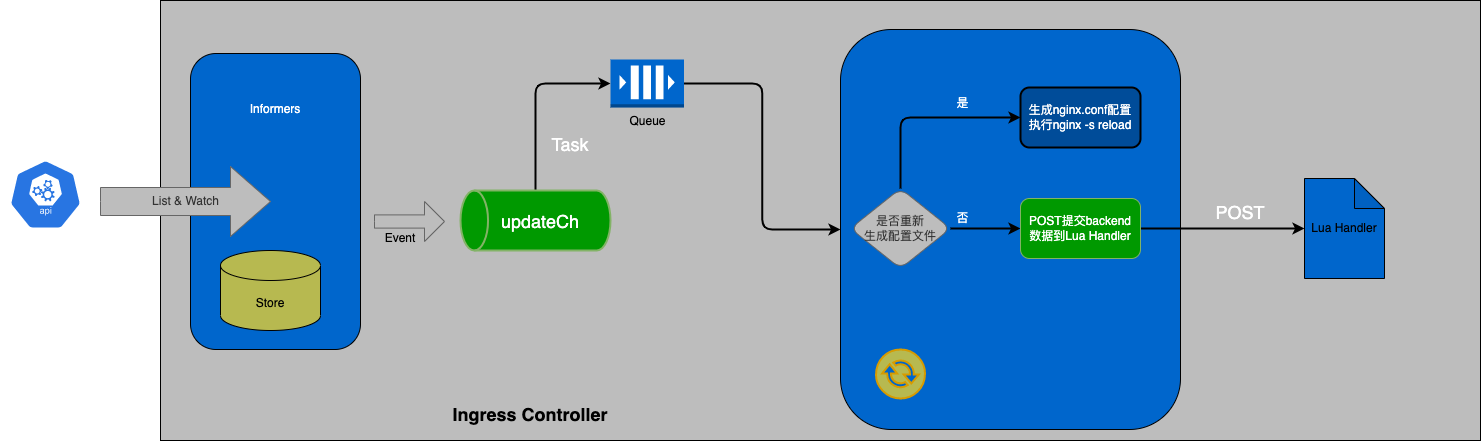
Earlier version of the draw.io export diagrams/ingress-nginx-controller.png (kbsonlong/notes_statics). Source tidied: cells renumbered, new cells last; positions are measured from the earlier drawing's top-left corner, leaving out a move shared by most shapes.
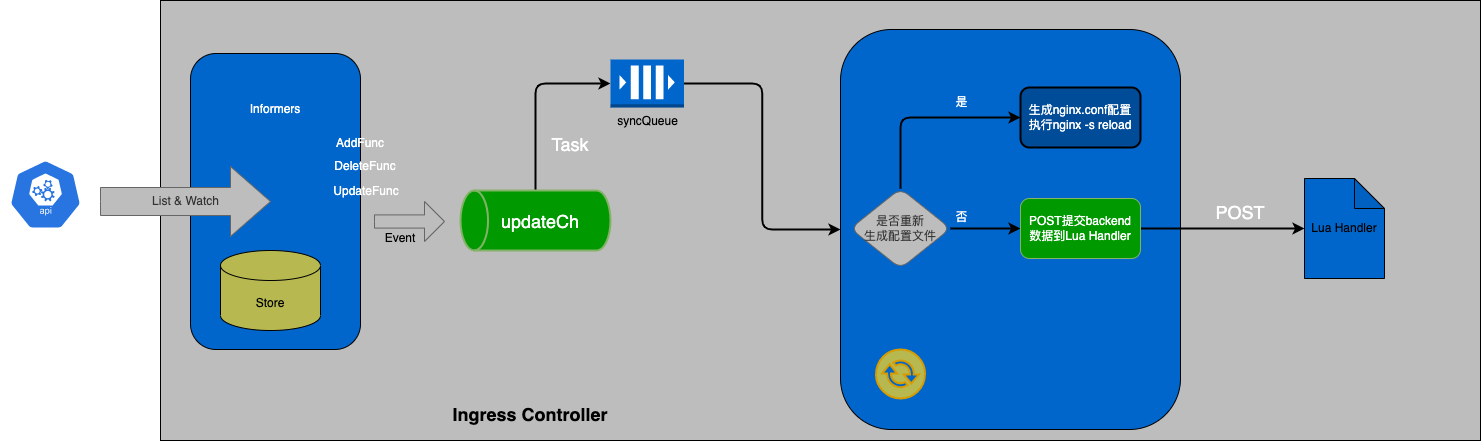
After the change.

What changed in the source:
```diff
@@ -23,7 +23,7 @@
     <mxCell id="8" style="edgeStyle=orthogonalEdgeStyle;rounded=1;jettySize=auto;html=1;entryX=0;entryY=0.5;entryDx=0;entryDy=0;fontSize=18;fontColor=#000000;strokeWidth=2;" parent="1" edge="1" source="9" target="10">
       <mxGeometry relative="1" as="geometry" />
     </mxCell>
-    <mxCell id="9" value="Queue" style="outlineConnect=0;dashed=0;verticalLabelPosition=bottom;verticalAlign=top;align=center;html=1;shape=mxgraph.aws3.queue;fillColor=#0066CC;strokeColor=#6c8ebf;" parent="1" vertex="1">
+    <mxCell id="9" value="syncQueue" style="outlineConnect=0;dashed=0;verticalLabelPosition=bottom;verticalAlign=top;align=center;html=1;shape=mxgraph.aws3.queue;fillColor=#0066CC;strokeColor=#6c8ebf;" parent="1" vertex="1">
       <mxGeometry x="610" y="59" width="73.5" height="48" as="geometry" />
     </mxCell>
     <mxCell id="10" style="rounded=1;whiteSpace=wrap;html=1;fillColor=#0066CC;shadow=0;strokeColor=default;" parent="1" vertex="1">
@@ -87,5 +87,14 @@
     <mxCell id="28" value="updateCh" style="text;html=1;strokeColor=none;fillColor=none;align=center;verticalAlign=middle;whiteSpace=wrap;rounded=0;shadow=0;labelBackgroundColor=none;strokeWidth=2;fontSize=18;fontColor=#FFFFFF;" parent="1" vertex="1">
       <mxGeometry x="510" y="206" width="60" height="30" as="geometry" />
     </mxCell>
+    <mxCell id="29" value="&lt;font color=&quot;#ffffff&quot;&gt;AddFunc&lt;/font&gt;" style="text;html=1;strokeColor=none;fillColor=none;align=center;verticalAlign=middle;whiteSpace=wrap;rounded=0;" parent="1" vertex="1">
+      <mxGeometry x="330" y="128" width="60" height="30" as="geometry" />
+    </mxCell>
+    <mxCell id="30" value="&lt;font color=&quot;#ffffff&quot;&gt;DeleteFunc&lt;/font&gt;" style="text;html=1;strokeColor=none;fillColor=none;align=center;verticalAlign=middle;whiteSpace=wrap;rounded=0;" parent="1" vertex="1">
+      <mxGeometry x="335" y="151" width="60" height="30" as="geometry" />
+    </mxCell>
+    <mxCell id="31" value="&lt;font color=&quot;#ffffff&quot;&gt;UpdateFunc&lt;/font&gt;" style="text;html=1;strokeColor=none;fillColor=none;align=center;verticalAlign=middle;whiteSpace=wrap;rounded=0;" parent="1" vertex="1">
+      <mxGeometry x="336" y="176" width="60" height="30" as="geometry" />
+    </mxCell>
   </root>
 </mxGraphModel>
```
